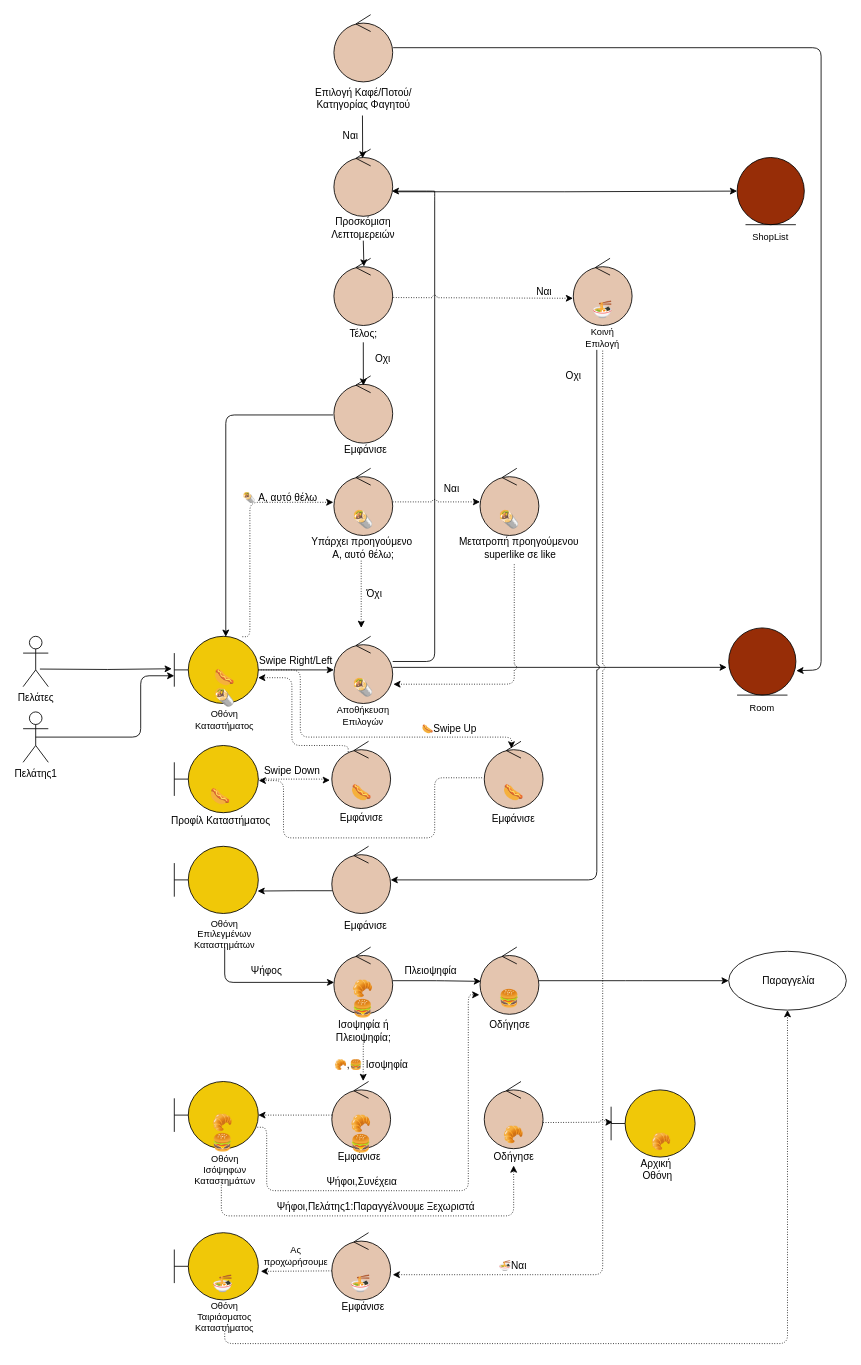
Earlier version of the draw.io diagram docs/contributions/AthanasiaZ/Writing-Charts/Phase5/User Team Choice Shop/teamchoiceshoprobustness.drawio (iloudaros/nomnomr). Source tidied: cells renumbered, new cells numbered last; positions are measured from the earlier drawing's top-left corner, leaving out a move shared by most shapes. Both pictures are drawn from the tidied source at 84%, with x=0, y=0 at pixel (23, 14).
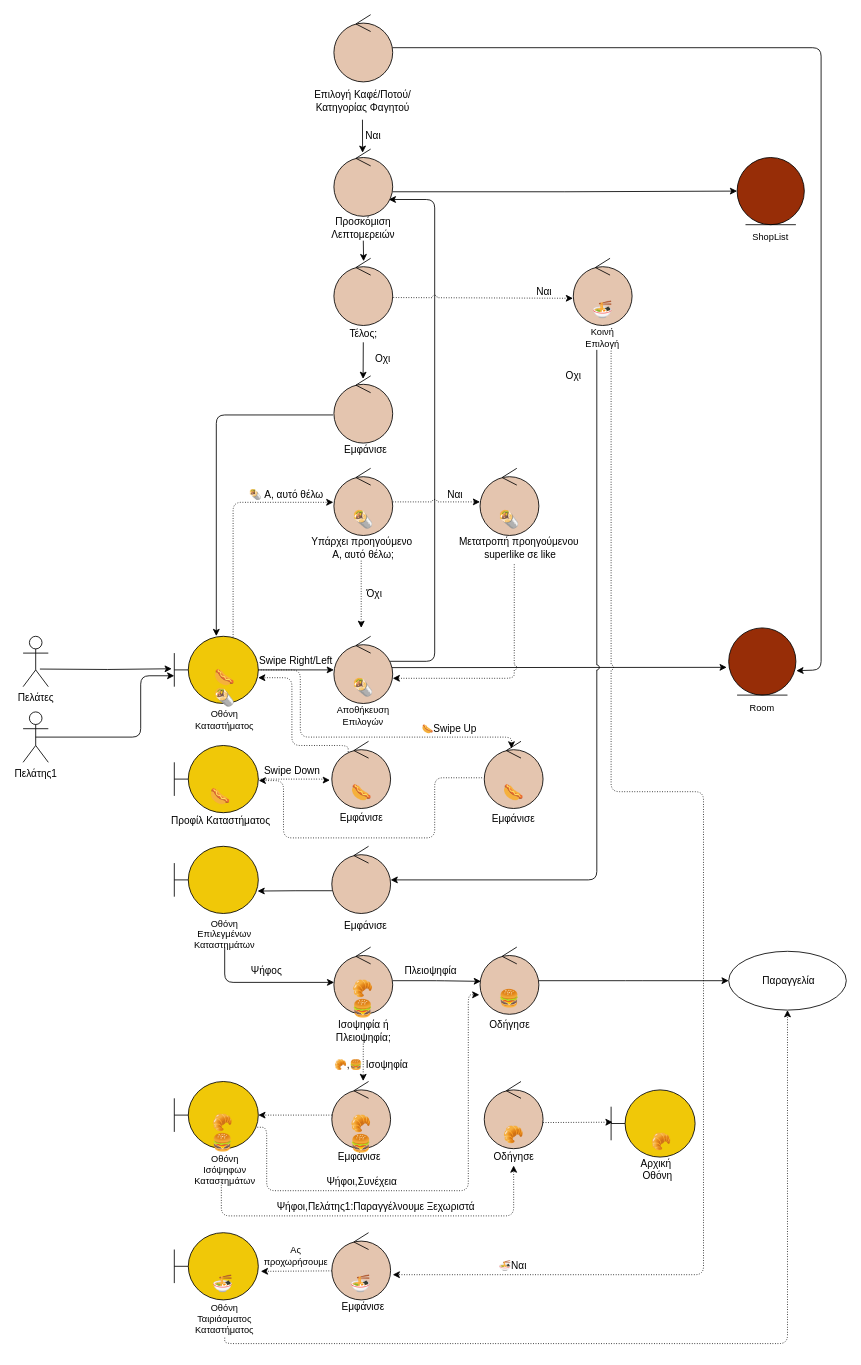
The same page after the edit.

The change refers to these unchanged cells:
```xml
<mxCell id="4" style="shape=umlBoundary;whiteSpace=wrap;html=1;fillColor=#F0C808;" parent="1" vertex="1">
  <mxGeometry x="180" y="740" width="100" height="80" as="geometry" />
</mxCell>
<mxCell id="9" style="ellipse;shape=umlControl;whiteSpace=wrap;html=1;fontSize=12;fillColor=#E4C5AF;" parent="1" vertex="1">
  <mxGeometry x="370" y="290" width="70" height="80" as="geometry" />
</mxCell>
<mxCell id="13" style="ellipse;shape=umlControl;whiteSpace=wrap;html=1;fontSize=12;fillColor=#E4C5AF;" parent="1" vertex="1">
  <mxGeometry x="370" y="740" width="70" height="80" as="geometry" />
</mxCell>
<mxCell id="15" value="Προσκόμιση Λεπτομερειών" style="text;html=1;strokeColor=none;fillColor=none;align=center;verticalAlign=middle;whiteSpace=wrap;rounded=0;fontSize=12;" parent="1" vertex="1">
  <mxGeometry x="375" y="239" width="60" height="30" as="geometry" />
</mxCell>
<mxCell id="18" value="Κοινή Επιλογή" style="text;html=1;strokeColor=none;fillColor=none;align=center;verticalAlign=middle;whiteSpace=wrap;rounded=0;fontSize=11;" parent="1" vertex="1">
  <mxGeometry x="660" y="370" width="60" height="30" as="geometry" />
</mxCell>
<mxCell id="19" style="ellipse;shape=umlEntity;whiteSpace=wrap;html=1;fontSize=12;fillColor=#972D07;" parent="1" vertex="1">
  <mxGeometry x="840" y="730" width="80" height="80" as="geometry" />
</mxCell>
<mxCell id="21" style="ellipse;shape=umlControl;whiteSpace=wrap;html=1;fontSize=11;fillColor=#E4C5AF;" parent="1" vertex="1">
  <mxGeometry x="370" y="430" width="70" height="80" as="geometry" />
</mxCell>
<mxCell id="23" style="ellipse;shape=umlControl;whiteSpace=wrap;html=1;fontSize=11;fillColor=#E4C5AF;" parent="1" vertex="1">
  <mxGeometry x="370" width="70" height="80" as="geometry" />
</mxCell>
<mxCell id="29" value="Τέλος;" style="text;html=1;strokeColor=none;fillColor=none;align=center;verticalAlign=middle;whiteSpace=wrap;rounded=0;fontSize=12;" parent="1" vertex="1">
  <mxGeometry x="377.5" y="370" width="55" height="20" as="geometry" />
</mxCell>
<mxCell id="50" style="ellipse;shape=umlControl;whiteSpace=wrap;html=1;fontSize=12;fillColor=#E4C5AF;" parent="1" vertex="1">
  <mxGeometry x="367.5" y="1450" width="70" height="80" as="geometry" />
</mxCell>
<mxCell id="78" style="ellipse;shape=umlControl;whiteSpace=wrap;html=1;fontSize=10;fillColor=#E4C5AF;" parent="1" vertex="1">
  <mxGeometry x="370" y="160" width="70" height="80" as="geometry" />
</mxCell>
<mxCell id="80" style="ellipse;shape=umlControl;whiteSpace=wrap;html=1;fontSize=12;fillColor=#E4C5AF;" parent="1" vertex="1">
  <mxGeometry x="370" y="540" width="70" height="80" as="geometry" />
</mxCell>
<mxCell id="86" value="Μετατροπή προηγούμενου&lt;br&gt;&amp;nbsp;superlike σε like" style="text;html=1;align=center;verticalAlign=middle;points=[];strokeColor=none;fillColor=none;fontSize=12;" parent="1" vertex="1">
  <mxGeometry x="510" y="620" width="160" height="30" as="geometry" />
</mxCell>
<mxCell id="115" value="&amp;nbsp;Παραγγελία" style="ellipse;whiteSpace=wrap;html=1;" parent="1" vertex="1">
  <mxGeometry x="840" y="1115" width="140" height="70" as="geometry" />
</mxCell>
```

The edit, as a diff of the source:
```diff
@@
-    <mxCell id="3" style="edgeStyle=orthogonalEdgeStyle;rounded=1;jumpStyle=arc;jettySize=auto;html=1;entryX=-0.009;entryY=0.506;entryDx=0;entryDy=0;entryPerimeter=0;fontSize=12;dashed=1;dashPattern=1 2;exitX=0.811;exitY=0.006;exitDx=0;exitDy=0;exitPerimeter=0;" parent="1" edge="1" source="4" target="80">
+    <mxCell id="3" style="edgeStyle=orthogonalEdgeStyle;rounded=1;jumpStyle=arc;jettySize=auto;html=1;entryX=-0.009;entryY=0.506;entryDx=0;entryDy=0;entryPerimeter=0;fontSize=12;dashed=1;dashPattern=1 2;exitX=0.7;exitY=0.015;exitDx=0;exitDy=0;exitPerimeter=0;" parent="1" edge="1" source="4" target="80">
       <mxGeometry relative="1" as="geometry">
         <Array as="points">
-          <mxPoint x="270" y="740" />
-          <mxPoint x="270" y="580" />
+          <mxPoint x="250" y="581" />
         </Array>
       </mxGeometry>
     </mxCell>
@@
-    <mxCell id="8" style="endArrow=classic;html=1;rounded=0;fontSize=11;exitX=1.025;exitY=0.635;exitDx=0;exitDy=0;exitPerimeter=0;edgeStyle=orthogonalEdgeStyle;" parent="1" edge="1" source="78">
+    <mxCell id="8" style="endArrow=classic;html=1;rounded=0;fontSize=11;exitX=0.998;exitY=0.635;exitDx=0;exitDy=0;exitPerimeter=0;edgeStyle=orthogonalEdgeStyle;" parent="1" edge="1" source="78">
       <mxGeometry relative="1" as="geometry">
         <mxPoint x="850" y="210" as="targetPoint" />
       </mxGeometry>
     </mxCell>
@@
-    <mxCell id="10" style="endArrow=classic;html=1;rounded=0;fontSize=12;exitX=0.5;exitY=1;exitDx=0;exitDy=0;startArrow=none;entryX=0.51;entryY=0.122;entryDx=0;entryDy=0;entryPerimeter=0;" parent="1" edge="1" source="15" target="9">
+    <mxCell id="10" style="endArrow=classic;html=1;rounded=0;fontSize=12;exitX=0.5;exitY=1;exitDx=0;exitDy=0;startArrow=none;entryX=0.505;entryY=0.043;entryDx=0;entryDy=0;entryPerimeter=0;" parent="1" edge="1" source="15" target="9">
       <mxGeometry relative="1" as="geometry" />
     </mxCell>
-    <mxCell id="11" style="endArrow=classic;html=1;rounded=0;fontSize=12;entryX=-0.029;entryY=0.587;entryDx=0;entryDy=0;entryPerimeter=0;" parent="1" edge="1" target="19">
-      <mxGeometry relative="1" as="geometry">
-        <mxPoint x="440" y="777" as="sourcePoint" />
-      </mxGeometry>
+    <mxCell id="11" style="endArrow=classic;html=1;rounded=0;fontSize=12;entryX=-0.029;entryY=0.587;entryDx=0;entryDy=0;entryPerimeter=0;exitX=0.988;exitY=0.466;exitDx=0;exitDy=0;exitPerimeter=0;" parent="1" edge="1" source="13" target="19">
+      <mxGeometry relative="1" as="geometry" />
     </mxCell>
@@
-    <mxCell id="22" style="endArrow=classic;html=1;rounded=1;fontSize=12;startArrow=none;entryX=0.613;entryY=0.007;entryDx=0;entryDy=0;entryPerimeter=0;edgeStyle=orthogonalEdgeStyle;exitX=-0.014;exitY=0.581;exitDx=0;exitDy=0;exitPerimeter=0;" parent="1" edge="1" source="21" target="4">
+    <mxCell id="22" style="endArrow=classic;html=1;rounded=1;fontSize=12;startArrow=none;entryX=0.5;entryY=-0.003;entryDx=0;entryDy=0;entryPerimeter=0;edgeStyle=orthogonalEdgeStyle;exitX=-0.014;exitY=0.581;exitDx=0;exitDy=0;exitPerimeter=0;" parent="1" edge="1" source="21" target="4">
       <mxGeometry relative="1" as="geometry">
         <Array as="points">
-          <mxPoint x="241" y="477" />
+          <mxPoint x="230" y="476" />
         </Array>
       </mxGeometry>
     </mxCell>
@@
-    <mxCell id="24" style="edgeStyle=orthogonalEdgeStyle;rounded=1;jumpStyle=arc;jettySize=auto;html=1;entryX=0.488;entryY=0.138;entryDx=0;entryDy=0;entryPerimeter=0;fontSize=12;" parent="1" edge="1" target="78">
-      <mxGeometry relative="1" as="geometry">
-        <mxPoint x="404" y="120" as="sourcePoint" />
-      </mxGeometry>
+    <mxCell id="24" style="edgeStyle=orthogonalEdgeStyle;rounded=1;jumpStyle=arc;jettySize=auto;html=1;entryX=0.488;entryY=0.055;entryDx=0;entryDy=0;entryPerimeter=0;fontSize=12;exitX=0.5;exitY=1;exitDx=0;exitDy=0;" parent="1" edge="1" source="25" target="78">
+      <mxGeometry relative="1" as="geometry" />
     </mxCell>
     <mxCell id="25" value="Επιλογή Καφέ/Ποτού/Κατηγορίας Φαγητού" style="text;html=1;strokeColor=none;fillColor=none;align=center;verticalAlign=middle;whiteSpace=wrap;rounded=0;fontSize=12;" parent="1" vertex="1">
-      <mxGeometry x="342.5" y="85" width="125" height="30" as="geometry" />
+      <mxGeometry x="341.5" y="80" width="125" height="45" as="geometry" />
     </mxCell>
@@
     <mxCell id="27" value="Ναι" style="text;html=1;strokeColor=none;fillColor=none;align=center;verticalAlign=middle;whiteSpace=wrap;rounded=0;fontSize=12;" parent="1" vertex="1">
-      <mxGeometry x="360" y="130" width="60" height="30" as="geometry" />
+      <mxGeometry x="397.5" y="130" width="37.5" height="30" as="geometry" />
     </mxCell>
-    <mxCell id="28" style="edgeStyle=orthogonalEdgeStyle;rounded=1;jumpStyle=arc;jettySize=auto;html=1;entryX=0.501;entryY=0.144;entryDx=0;entryDy=0;entryPerimeter=0;fontSize=12;" parent="1" edge="1" source="29" target="21">
+    <mxCell id="28" style="edgeStyle=orthogonalEdgeStyle;rounded=1;jumpStyle=arc;jettySize=auto;html=1;fontSize=12;entryX=0.496;entryY=0.045;entryDx=0;entryDy=0;entryPerimeter=0;" parent="1" edge="1" source="29" target="21">
       <mxGeometry relative="1" as="geometry" />
     </mxCell>
@@
-    <mxCell id="35" style="endArrow=classic;html=1;rounded=1;fontSize=12;jumpStyle=arc;edgeStyle=orthogonalEdgeStyle;" parent="1" edge="1" target="78">
+    <mxCell id="35" style="endArrow=classic;html=1;rounded=1;fontSize=12;jumpStyle=arc;edgeStyle=orthogonalEdgeStyle;exitX=0.955;exitY=0.372;exitDx=0;exitDy=0;exitPerimeter=0;" parent="1" edge="1" source="13" target="78">
       <mxGeometry relative="1" as="geometry">
-        <mxPoint x="440" y="770" as="sourcePoint" />
         <Array as="points">
           <mxPoint x="490" y="770" />
-          <mxPoint x="490" y="210" />
+          <mxPoint x="490" y="220" />
         </Array>
       </mxGeometry>
     </mxCell>
@@
-    <mxCell id="47" style="edgeStyle=orthogonalEdgeStyle;rounded=1;jumpStyle=arc;jettySize=auto;html=1;dashed=1;dashPattern=1 2;fontSize=12;exitX=0.5;exitY=1;exitDx=0;exitDy=0;entryX=0.5;entryY=1;entryDx=0;entryDy=0;" parent="1" edge="1" target="115">
+    <mxCell id="47" style="edgeStyle=orthogonalEdgeStyle;rounded=1;jumpStyle=arc;jettySize=auto;html=1;dashed=1;dashPattern=1 2;fontSize=12;exitX=0.5;exitY=1;exitDx=0;exitDy=0;entryX=0.5;entryY=1;entryDx=0;entryDy=0;" parent="1" edge="1" source="49" target="115">
       <mxGeometry relative="1" as="geometry">
-        <mxPoint x="240" y="1567" as="sourcePoint" />
         <Array as="points">
           <mxPoint x="240" y="1582" />
           <mxPoint x="910" y="1582" />
         </Array>
       </mxGeometry>
     </mxCell>
@@
     <mxCell id="49" value="Οθόνη Ταιριάσματος Καταστήματος" style="text;html=1;strokeColor=none;fillColor=none;align=center;verticalAlign=middle;whiteSpace=wrap;rounded=0;fontSize=11;" parent="1" vertex="1">
-      <mxGeometry x="210" y="1535" width="60" height="30" as="geometry" />
+      <mxGeometry x="210" y="1530" width="60" height="45" as="geometry" />
     </mxCell>
@@
-    <mxCell id="53" style="endArrow=classic;html=1;rounded=1;fontSize=11;jumpStyle=arc;dashed=1;dashPattern=1 2;exitX=0.5;exitY=1;exitDx=0;exitDy=0;entryX=1.036;entryY=0.625;entryDx=0;entryDy=0;entryPerimeter=0;" parent="1" edge="1" source="18" target="50">
+    <mxCell id="53" style="endArrow=classic;html=1;rounded=1;fontSize=11;jumpStyle=arc;dashed=1;dashPattern=1 2;entryX=1.036;entryY=0.625;entryDx=0;entryDy=0;entryPerimeter=0;edgeStyle=orthogonalEdgeStyle;" parent="1" edge="1" target="50">
       <mxGeometry relative="1" as="geometry">
+        <mxPoint x="700" y="400" as="sourcePoint" />
         <Array as="points">
-          <mxPoint x="690" y="1500" />
+          <mxPoint x="700" y="925" />
+          <mxPoint x="810" y="925" />
+          <mxPoint x="810" y="1500" />
         </Array>
       </mxGeometry>
     </mxCell>
@@
-    <mxCell id="56" style="endArrow=classic;html=1;rounded=1;fontSize=11;exitX=1.008;exitY=0.491;exitDx=0;exitDy=0;exitPerimeter=0;edgeStyle=orthogonalEdgeStyle;entryX=1.007;entryY=0.637;entryDx=0;entryDy=0;entryPerimeter=0;" parent="1" edge="1" source="23" target="19">
+    <mxCell id="56" style="endArrow=classic;html=1;rounded=1;fontSize=11;exitX=0.998;exitY=0.491;exitDx=0;exitDy=0;exitPerimeter=0;edgeStyle=orthogonalEdgeStyle;entryX=1.007;entryY=0.637;entryDx=0;entryDy=0;entryPerimeter=0;" parent="1" edge="1" source="23" target="19">
       <mxGeometry relative="1" as="geometry">
         <Array as="points">
           <mxPoint x="950" y="39" />
           <mxPoint x="950" y="780" />
           <mxPoint x="921" y="780" />
         </Array>
       </mxGeometry>
     </mxCell>
@@
-    <mxCell id="77" value="A, αυτό θέλω" style="text;html=1;align=center;verticalAlign=middle;strokeColor=none;fillColor=none;fontSize=12;" parent="1" vertex="1">
-      <mxGeometry x="270" y="565" width="90" height="20" as="geometry" />
+    <mxCell id="77" value="&lt;span style=&quot;text-align: left;&quot;&gt;🌯&amp;nbsp;&lt;/span&gt;A, αυτό θέλω" style="text;html=1;align=center;verticalAlign=middle;strokeColor=none;fillColor=none;fontSize=12;" parent="1" vertex="1">
+      <mxGeometry x="257.5" y="562" width="110" height="20" as="geometry" />
     </mxCell>
@@
-    <mxCell id="85" style="edgeStyle=orthogonalEdgeStyle;rounded=1;jumpStyle=arc;jettySize=auto;html=1;entryX=1.011;entryY=0.713;entryDx=0;entryDy=0;entryPerimeter=0;dashed=1;dashPattern=1 2;fontSize=12;exitX=0.467;exitY=1.144;exitDx=0;exitDy=0;exitPerimeter=0;" parent="1" edge="1" source="86" target="13">
+    <mxCell id="85" style="edgeStyle=orthogonalEdgeStyle;rounded=1;jumpStyle=arc;jettySize=auto;html=1;dashed=1;dashPattern=1 2;fontSize=12;exitX=0.467;exitY=1.144;exitDx=0;exitDy=0;exitPerimeter=0;" parent="1" edge="1" source="86">
       <mxGeometry relative="1" as="geometry">
+        <mxPoint x="440" y="790" as="targetPoint" />
         <Array as="points">
-          <mxPoint x="585" y="797" />
+          <mxPoint x="585" y="790" />
+          <mxPoint x="441" y="790" />
         </Array>
       </mxGeometry>
     </mxCell>
@@
     <mxCell id="101" value="Ναι" style="text;html=1;align=center;verticalAlign=middle;strokeColor=none;fillColor=none;fontSize=12;" parent="1" vertex="1">
-      <mxGeometry x="495" y="555" width="30" height="20" as="geometry" />
+      <mxGeometry x="499" y="562" width="30" height="20" as="geometry" />
     </mxCell>
@@
-    <mxCell id="107" value="🌯" style="text;whiteSpace=wrap;html=1;fontSize=12;" parent="1" vertex="1">
-      <mxGeometry x="260" y="562" width="50" height="40" as="geometry" />
-    </mxCell>
```
